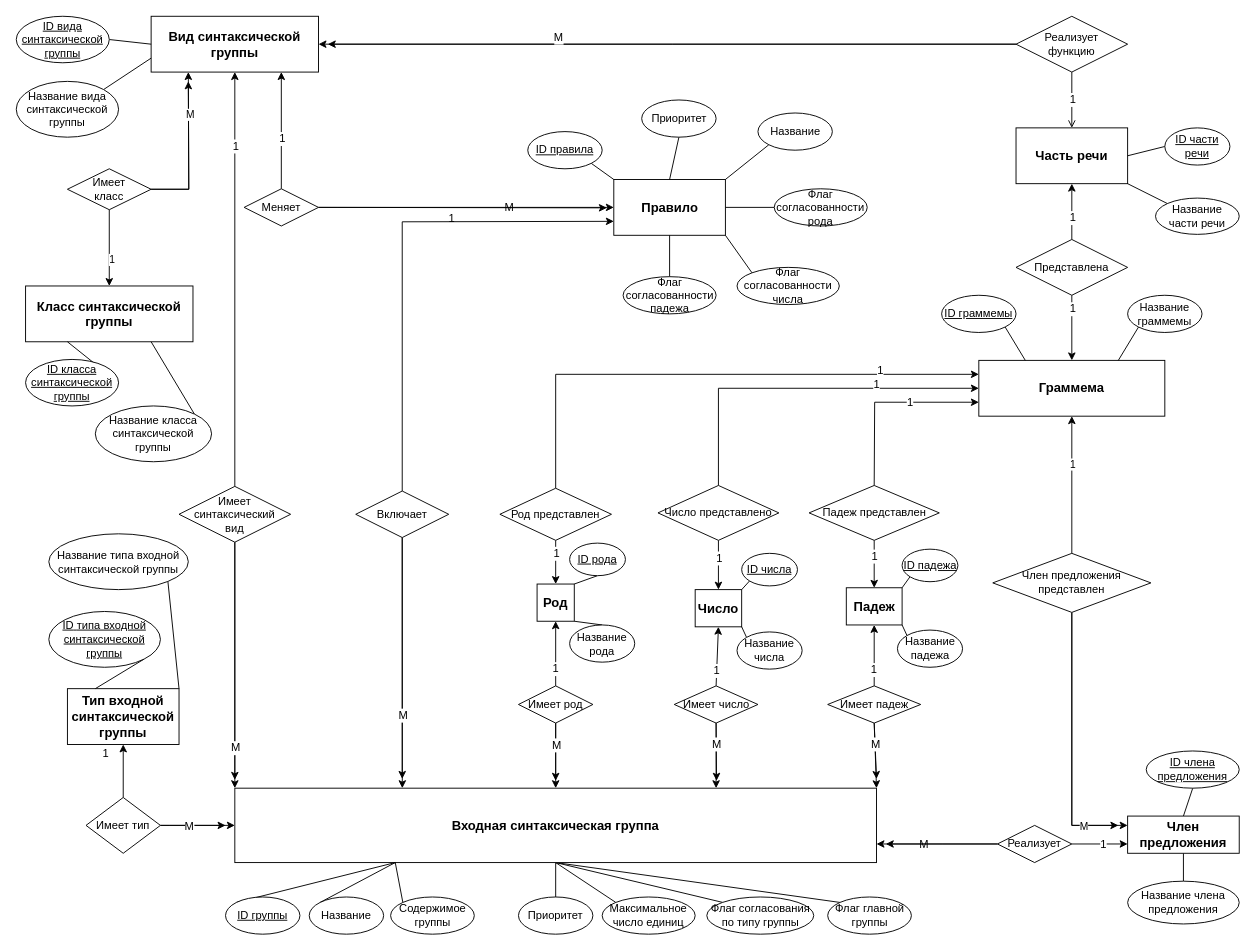
Before: Infological.drawio in DMfananddu/Diploma, a draw.io diagram. Source tidied: cells renumbered, new cells numbered last; positions are measured from the earlier drawing's top-left corner, leaving out a move shared by most shapes. Both pictures are drawn from the tidied source at 93%, with x=0, y=0 at pixel (16, 16).
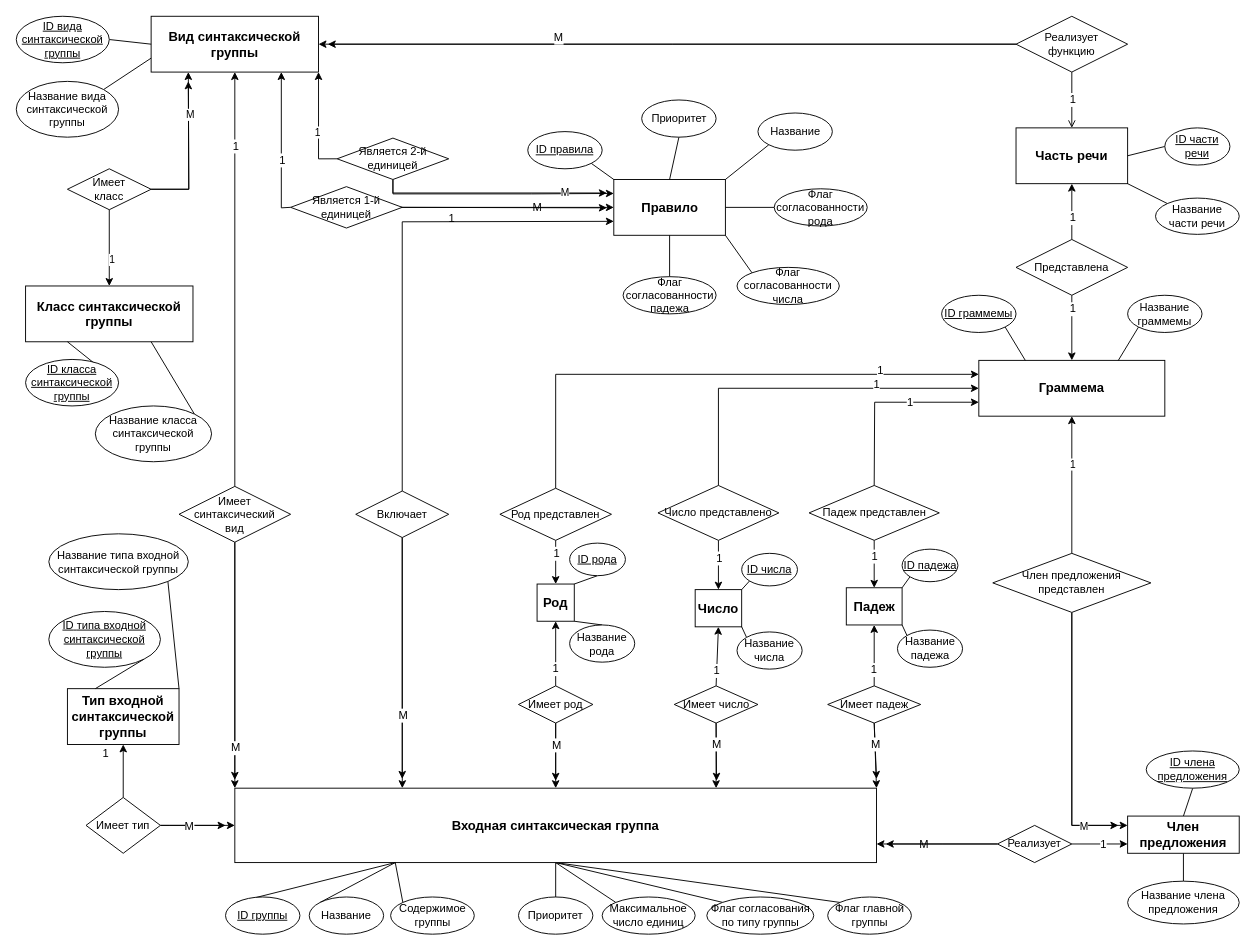
Above is the later version.

Unchanged cells that the change refers to:
```xml
<mxCell id="34" value="Правило" style="rounded=0;whiteSpace=wrap;html=1;fontSize=14;fontStyle=1;" parent="1" vertex="1">
  <mxGeometry x="642.5" y="175.5" width="120" height="60" as="geometry" />
</mxCell>
<mxCell id="53" value="Вид синтаксической группы" style="rounded=0;whiteSpace=wrap;html=1;fontSize=14;fontStyle=1;" parent="1" vertex="1">
  <mxGeometry x="145" width="180" height="60" as="geometry" />
</mxCell>
```

The edit, as a diff of the source:
```diff
@@
-    <mxCell id="47" style="edgeStyle=none;rounded=0;jettySize=auto;html=1;exitX=0.5;exitY=0;exitDx=0;exitDy=0;endArrow=classic;endFill=1;" parent="1" edge="1" source="52">
+    <mxCell id="47" style="edgeStyle=none;rounded=0;jettySize=auto;html=1;exitX=0;exitY=0.5;exitDx=0;exitDy=0;endArrow=classic;endFill=1;" parent="1" edge="1" source="52">
       <mxGeometry relative="1" as="geometry">
         <mxPoint x="285" y="60" as="targetPoint" />
+        <Array as="points">
+          <mxPoint x="285" y="206" />
+        </Array>
       </mxGeometry>
     </mxCell>
@@
-    <mxCell id="52" value="Меняет" style="rhombus;whiteSpace=wrap;html=1;" parent="1" vertex="1">
-      <mxGeometry x="245" y="185.5" width="80" height="40" as="geometry" />
+    <mxCell id="52" value="Является 1-й единицей" style="rhombus;whiteSpace=wrap;html=1;" parent="1" vertex="1">
+      <mxGeometry x="295" y="183.2" width="120" height="44.5" as="geometry" />
     </mxCell>
@@
+    <mxCell id="161" style="edgeStyle=orthogonalEdgeStyle;rounded=0;jettySize=auto;html=1;exitX=0;exitY=0.5;exitDx=0;exitDy=0;entryX=1;entryY=1;entryDx=0;entryDy=0;" parent="1" edge="1" source="166" target="53">
+      <mxGeometry relative="1" as="geometry" />
+    </mxCell>
+    <mxCell id="162" value="1" style="edgeLabel;html=1;align=center;verticalAlign=middle;" parent="161" vertex="1">
+      <mxGeometry x="-0.14" y="2" relative="1" as="geometry" />
+    </mxCell>
+    <mxCell id="163" style="edgeStyle=orthogonalEdgeStyle;rounded=0;jettySize=auto;html=1;exitX=0.5;exitY=1;exitDx=0;exitDy=0;entryX=0;entryY=0.25;entryDx=0;entryDy=0;" parent="1" edge="1" source="166" target="34">
+      <mxGeometry relative="1" as="geometry">
+        <Array as="points">
+          <mxPoint x="405" y="191" />
+          <mxPoint x="554" y="191" />
+        </Array>
+      </mxGeometry>
+    </mxCell>
+    <mxCell id="164" style="edgeStyle=orthogonalEdgeStyle;rounded=0;jettySize=auto;html=1;exitX=0.5;exitY=1;exitDx=0;exitDy=0;" parent="1" edge="1" source="166">
+      <mxGeometry relative="1" as="geometry">
+        <mxPoint x="635" y="190" as="targetPoint" />
+        <Array as="points">
+          <mxPoint x="405" y="190" />
+        </Array>
+      </mxGeometry>
+    </mxCell>
+    <mxCell id="165" value="М" style="edgeLabel;html=1;align=center;verticalAlign=middle;" parent="164" vertex="1">
+      <mxGeometry x="0.63" y="1" relative="1" as="geometry" />
+    </mxCell>
+    <mxCell id="166" value="Является 2-й единицей" style="rhombus;whiteSpace=wrap;html=1;" parent="1" vertex="1">
+      <mxGeometry x="345" y="131" width="120" height="44.5" as="geometry" />
+    </mxCell>
```
